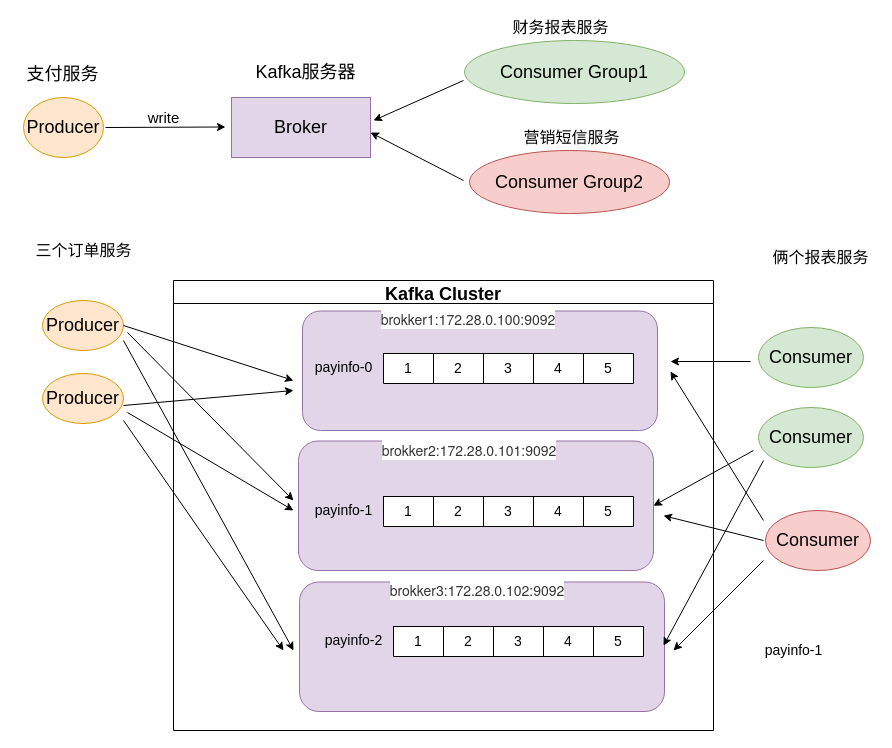
ZhaoDaMing/note keeps this draw.io diagram as kafka-all.drawio. Above is the earlier version. Source tidied: cells renumbered, new cells numbered last; positions are measured from the earlier drawing's top-left corner, leaving out a move shared by most shapes. Both pictures are drawn from the tidied source at 100%, with x=0, y=0 at pixel (17, 17).
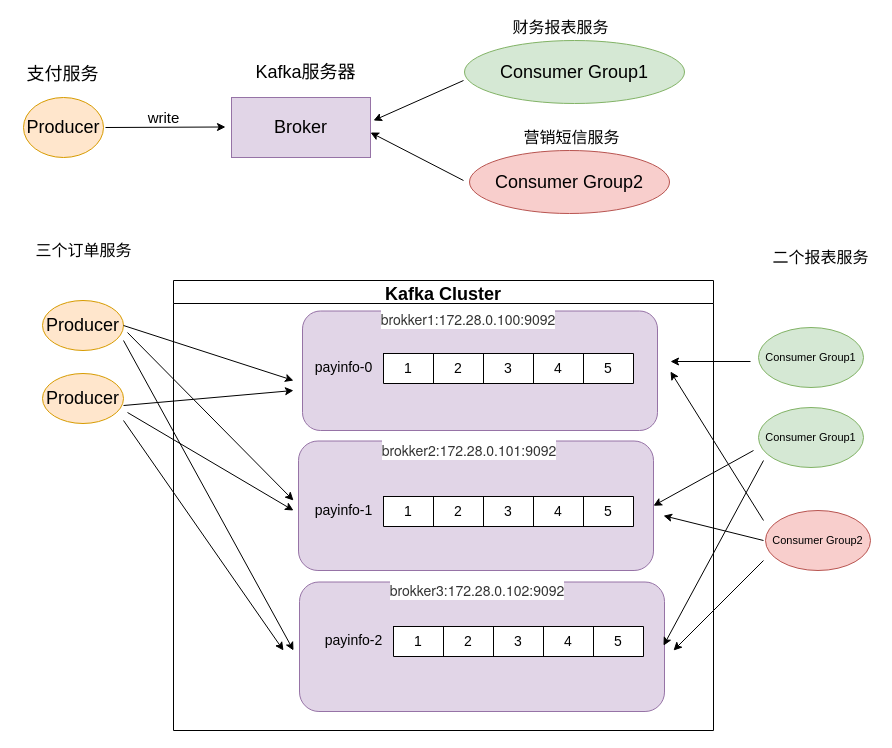
The same page after the edit.

Diff of the diagram source:
```diff
@@
-    <mxCell id="29" value="payinfo-1" style="text;html=1;align=center;verticalAlign=middle;strokeColor=none;fillColor=none;fontSize=14;" parent="1" vertex="1">
-      <mxGeometry x="741" y="623" width="70" height="20" as="geometry" />
-    </mxCell>
@@
-    <mxCell id="52" value="&lt;span style=&quot;font-size: 18px;&quot;&gt;Consumer&lt;/span&gt;" style="ellipse;whiteSpace=wrap;html=1;fillColor=#d5e8d4;strokeColor=#82b366;" parent="1" vertex="1">
+    <mxCell id="52" value="&lt;font style=&quot;font-size: 11px;&quot;&gt;Consumer Group1&lt;/font&gt;" style="ellipse;whiteSpace=wrap;html=1;fillColor=#d5e8d4;strokeColor=#82b366;" parent="1" vertex="1">
       <mxGeometry x="741" y="310" width="105" height="60" as="geometry" />
     </mxCell>
-    <mxCell id="53" value="俩个报表服务" style="text;html=1;align=center;verticalAlign=middle;strokeColor=none;fillColor=none;fontSize=16;" parent="1" vertex="1">
+    <mxCell id="53" value="二个报表服务" style="text;html=1;align=center;verticalAlign=middle;strokeColor=none;fillColor=none;fontSize=16;" parent="1" vertex="1">
       <mxGeometry x="748" y="230" width="110" height="20" as="geometry" />
     </mxCell>
-    <mxCell id="54" value="&lt;span style=&quot;font-size: 18px;&quot;&gt;Consumer&lt;/span&gt;" style="ellipse;whiteSpace=wrap;html=1;fillColor=#d5e8d4;strokeColor=#82b366;" parent="1" vertex="1">
+    <mxCell id="54" value="&lt;span style=&quot;font-size: 11px;&quot;&gt;Consumer Group1&lt;/span&gt;" style="ellipse;whiteSpace=wrap;html=1;fillColor=#d5e8d4;strokeColor=#82b366;" parent="1" vertex="1">
       <mxGeometry x="741" y="390" width="105" height="60" as="geometry" />
     </mxCell>
@@
-    <mxCell id="61" value="&lt;span style=&quot;font-size: 18px;&quot;&gt;Consumer&lt;/span&gt;" style="ellipse;whiteSpace=wrap;html=1;fillColor=#f8cecc;strokeColor=#b85450;" parent="1" vertex="1">
+    <mxCell id="61" value="&lt;span style=&quot;font-size: 11px;&quot;&gt;Consumer Group2&lt;/span&gt;" style="ellipse;whiteSpace=wrap;html=1;fillColor=#f8cecc;strokeColor=#b85450;" parent="1" vertex="1">
       <mxGeometry x="748" y="493" width="105" height="60" as="geometry" />
     </mxCell>
```
